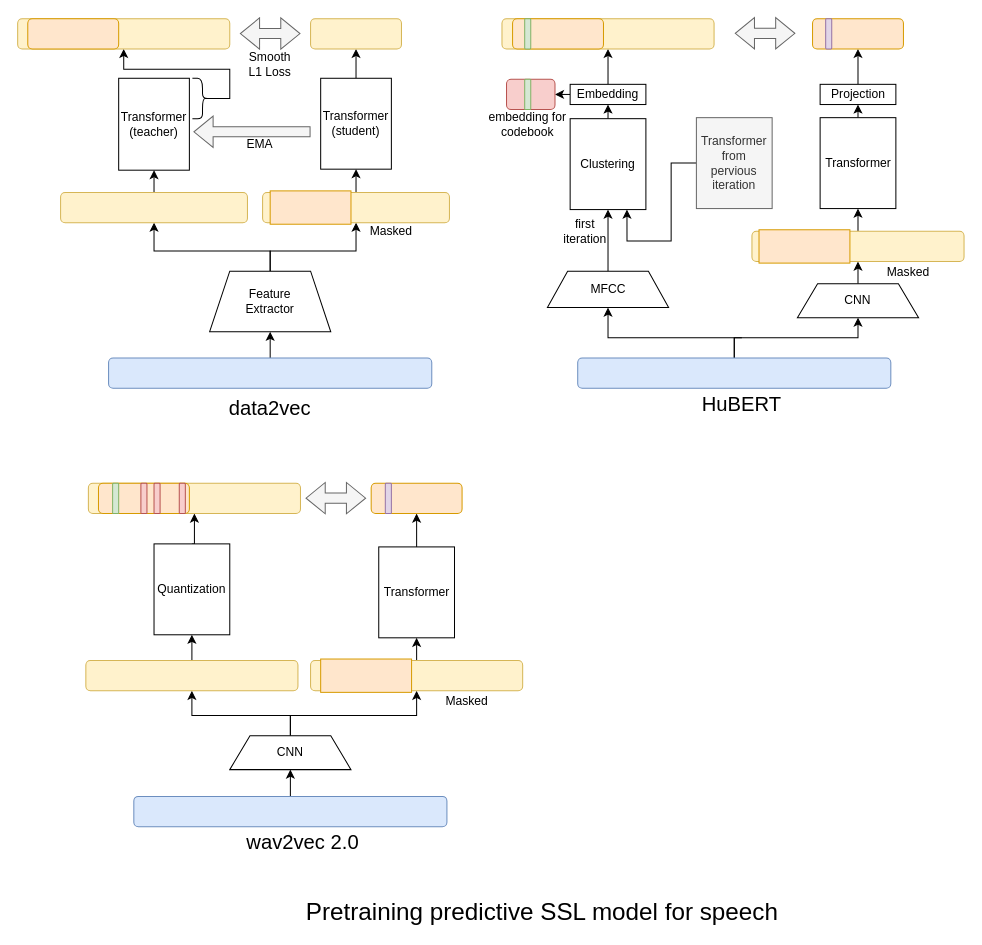
Above: Drafts/data2vec.drawio in xrysamuel/my-drawio (draw.io), before the change. Source tidied: cells renumbered, new cells numbered last; positions are measured from the earlier drawing's top-left corner, leaving out a move shared by most shapes. Both pictures are drawn from the tidied source at 101%, with x=0, y=0 at pixel (17, 18).
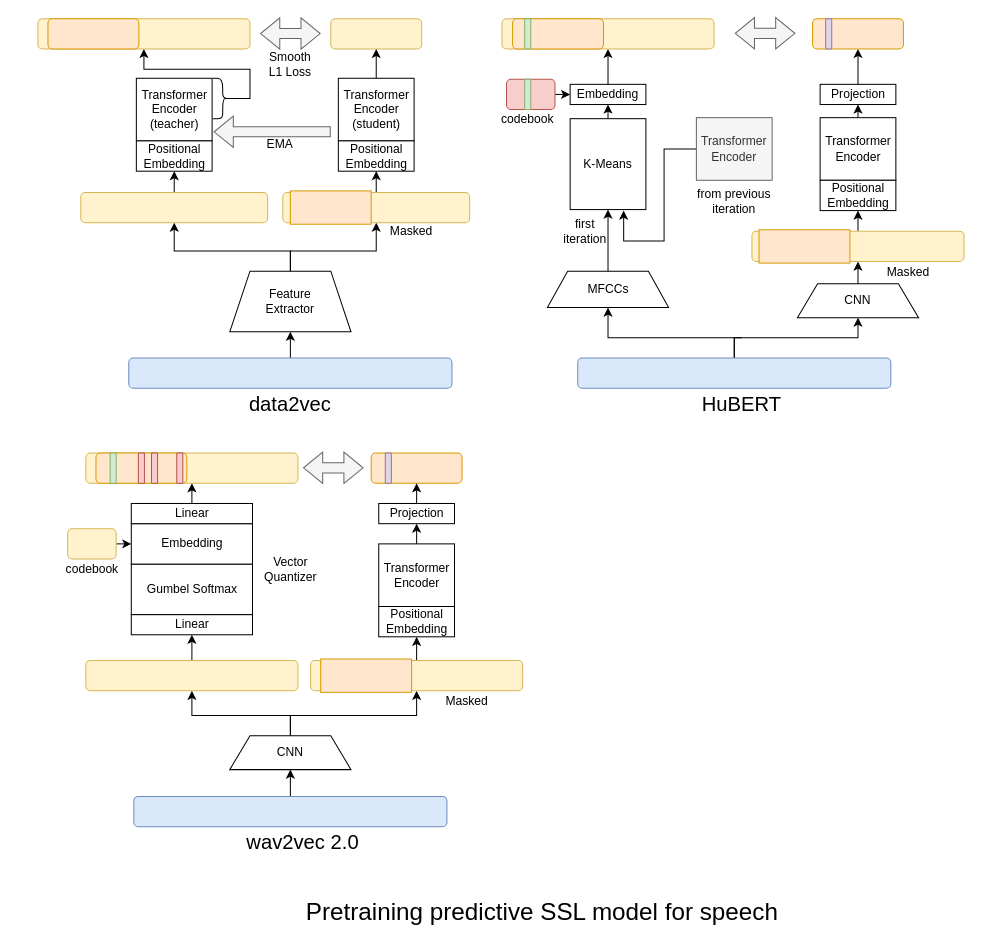
After the change.

Unchanged cells that the change refers to:
```xml
<mxCell id="28" style="rounded=1;whiteSpace=wrap;html=1;fillColor=#fff2cc;strokeColor=#d6b656;" parent="1" vertex="1">
  <mxGeometry x="727" y="210.5" width="210" height="30" as="geometry" />
</mxCell>
<mxCell id="53" style="rounded=1;whiteSpace=wrap;html=1;fillColor=#fff2cc;strokeColor=#d6b656;" parent="1" vertex="1">
  <mxGeometry x="290" y="635.5" width="210" height="30" as="geometry" />
</mxCell>
<mxCell id="63" style="rounded=1;whiteSpace=wrap;html=1;fillColor=#fff2cc;strokeColor=#d6b656;" parent="1" vertex="1">
  <mxGeometry x="67.5" y="635.5" width="210" height="30" as="geometry" />
</mxCell>
<mxCell id="68" value="Embedding" style="rounded=0;whiteSpace=wrap;html=1;" parent="1" vertex="1">
  <mxGeometry x="547" y="65" width="75" height="20" as="geometry" />
</mxCell>
<mxCell id="76" style="rounded=1;whiteSpace=wrap;html=1;fillColor=#f8cecc;strokeColor=#b85450;" parent="1" vertex="1">
  <mxGeometry x="484" y="60" width="48" height="30" as="geometry" />
</mxCell>
```

Diff of the diagram source:
```diff
@@
-    <mxCell id="2" style="edgeStyle=orthogonalEdgeStyle;rounded=0;jettySize=auto;html=1;exitX=0.5;exitY=0;exitDx=0;exitDy=0;entryX=0.5;entryY=1;entryDx=0;entryDy=0;" parent="1" edge="1" source="14" target="6">
+    <mxCell id="2" style="edgeStyle=orthogonalEdgeStyle;rounded=0;jettySize=auto;html=1;exitX=0.5;exitY=0;exitDx=0;exitDy=0;entryX=0.5;entryY=1;entryDx=0;entryDy=0;" parent="1" edge="1" source="14" target="98">
       <mxGeometry relative="1" as="geometry" />
     </mxCell>
     <mxCell id="3" style="edgeStyle=orthogonalEdgeStyle;rounded=0;jettySize=auto;html=1;exitX=0.5;exitY=0;exitDx=0;exitDy=0;entryX=0.5;entryY=1;entryDx=0;entryDy=0;" parent="1" edge="1" source="11" target="14">
       <mxGeometry relative="1" as="geometry">
         <Array as="points">
-          <mxPoint x="250" y="230" />
-          <mxPoint x="335" y="230" />
+          <mxPoint x="270" y="230" />
+          <mxPoint x="355" y="230" />
         </Array>
       </mxGeometry>
     </mxCell>
-    <mxCell id="4" value="Transformer&lt;div&gt;(teacher)&lt;/div&gt;" style="rounded=0;whiteSpace=wrap;html=1;" parent="1" vertex="1">
-      <mxGeometry x="100" y="59" width="70" height="91" as="geometry" />
-    </mxCell>
-    <mxCell id="5" style="edgeStyle=orthogonalEdgeStyle;rounded=0;jettySize=auto;html=1;exitX=0.5;exitY=0;exitDx=0;exitDy=0;entryX=0.5;entryY=1;entryDx=0;entryDy=0;" parent="1" edge="1" source="6" target="16">
-      <mxGeometry relative="1" as="geometry">
-        <Array as="points">
-          <mxPoint x="335" y="40" />
-          <mxPoint x="335" y="40" />
-        </Array>
-      </mxGeometry>
-    </mxCell>
-    <mxCell id="6" value="Transformer&lt;div&gt;(student)&lt;/div&gt;" style="rounded=0;whiteSpace=wrap;html=1;" parent="1" vertex="1">
-      <mxGeometry x="300" y="59" width="70" height="90" as="geometry" />
-    </mxCell>
     <mxCell id="7" style="shape=flexArrow;endArrow=classic;html=1;rounded=0;fillColor=#f5f5f5;strokeColor=#666666;" parent="1" edge="1">
       <mxGeometry relative="1" as="geometry">
-        <mxPoint x="290" y="112" as="sourcePoint" />
-        <mxPoint x="174" y="112" as="targetPoint" />
+        <mxPoint x="310" y="112" as="sourcePoint" />
+        <mxPoint x="194" y="112" as="targetPoint" />
       </mxGeometry>
     </mxCell>
     <mxCell id="8" value="Masked" style="text;html=1;align=center;verticalAlign=middle;whiteSpace=wrap;rounded=0;" parent="1" vertex="1">
-      <mxGeometry x="340" y="196" width="60" height="30" as="geometry" />
+      <mxGeometry x="360" y="196" width="60" height="30" as="geometry" />
     </mxCell>
     <mxCell id="9" style="shape=flexArrow;endArrow=classic;startArrow=classic;html=1;rounded=0;fillColor=#f5f5f5;strokeColor=#666666;entryX=0;entryY=0.5;entryDx=0;entryDy=0;" parent="1" edge="1">
       <mxGeometry relative="1" as="geometry">
-        <mxPoint x="220" y="14.7" as="sourcePoint" />
-        <mxPoint x="280" y="14.7" as="targetPoint" />
+        <mxPoint x="240" y="14.7" as="sourcePoint" />
+        <mxPoint x="300" y="14.7" as="targetPoint" />
       </mxGeometry>
     </mxCell>
     <mxCell id="10" style="edgeStyle=orthogonalEdgeStyle;rounded=0;jettySize=auto;html=1;exitX=0.5;exitY=0;exitDx=0;exitDy=0;entryX=0.5;entryY=1;entryDx=0;entryDy=0;" parent="1" edge="1" source="11" target="61">
       <mxGeometry relative="1" as="geometry">
         <Array as="points">
-          <mxPoint x="250" y="230" />
-          <mxPoint x="135" y="230" />
+          <mxPoint x="270" y="230" />
+          <mxPoint x="155" y="230" />
         </Array>
       </mxGeometry>
     </mxCell>
     <mxCell id="11" value="Feature&lt;div&gt;Extractor&lt;/div&gt;" style="shape=trapezoid;perimeter=trapezoidPerimeter;whiteSpace=wrap;html=1;fixedSize=1;" parent="1" vertex="1">
-      <mxGeometry x="190" y="250" width="120" height="60" as="geometry" />
+      <mxGeometry x="210" y="250" width="120" height="60" as="geometry" />
     </mxCell>
@@
     <mxCell id="13" style="rounded=1;whiteSpace=wrap;html=1;fillColor=#dae8fc;strokeColor=#6c8ebf;" parent="1" vertex="1">
-      <mxGeometry x="90" y="336" width="320" height="30" as="geometry" />
+      <mxGeometry x="110" y="336" width="320" height="30" as="geometry" />
     </mxCell>
     <mxCell id="14" style="rounded=1;whiteSpace=wrap;html=1;fillColor=#fff2cc;strokeColor=#d6b656;" parent="1" vertex="1">
-      <mxGeometry x="242.5" y="172" width="185" height="30" as="geometry" />
+      <mxGeometry x="262.5" y="172" width="185" height="30" as="geometry" />
     </mxCell>
     <mxCell id="15" style="rounded=0;whiteSpace=wrap;html=1;fillColor=#ffe6cc;strokeColor=#d79b00;" parent="1" vertex="1">
-      <mxGeometry x="250" y="170.5" width="80" height="33" as="geometry" />
+      <mxGeometry x="270" y="170.5" width="80" height="33" as="geometry" />
     </mxCell>
     <mxCell id="16" style="rounded=1;whiteSpace=wrap;html=1;fillColor=#fff2cc;strokeColor=#d6b656;" parent="1" vertex="1">
-      <mxGeometry x="290" width="90" height="30" as="geometry" />
+      <mxGeometry x="310" width="90" height="30" as="geometry" />
     </mxCell>
     <mxCell id="17" value="data2vec" style="text;html=1;align=center;verticalAlign=middle;whiteSpace=wrap;rounded=0;fontSize=20;" parent="1" vertex="1">
-      <mxGeometry x="220" y="370" width="60" height="30" as="geometry" />
+      <mxGeometry x="240" y="366" width="60" height="30" as="geometry" />
     </mxCell>
@@
-    <mxCell id="19" value="MFCC" style="shape=trapezoid;perimeter=trapezoidPerimeter;whiteSpace=wrap;html=1;fixedSize=1;" parent="1" vertex="1">
+    <mxCell id="19" value="MFCCs" style="shape=trapezoid;perimeter=trapezoidPerimeter;whiteSpace=wrap;html=1;fixedSize=1;" parent="1" vertex="1">
       <mxGeometry x="524.5" y="250" width="120" height="36" as="geometry" />
     </mxCell>
@@
-    <mxCell id="24" value="Transformer" style="rounded=0;whiteSpace=wrap;html=1;" parent="1" vertex="1">
-      <mxGeometry x="794.5" y="98" width="75" height="90" as="geometry" />
+    <mxCell id="24" value="Transformer&lt;div&gt;Encoder&lt;/div&gt;" style="rounded=0;whiteSpace=wrap;html=1;" parent="1" vertex="1">
+      <mxGeometry x="794.5" y="98" width="75" height="62" as="geometry" />
     </mxCell>
@@
-    <mxCell id="27" style="edgeStyle=orthogonalEdgeStyle;rounded=0;jettySize=auto;html=1;exitX=0.5;exitY=0;exitDx=0;exitDy=0;entryX=0.5;entryY=1;entryDx=0;entryDy=0;" parent="1" edge="1" source="28" target="24">
-      <mxGeometry relative="1" as="geometry" />
-    </mxCell>
+    <mxCell id="85" style="edgeStyle=orthogonalEdgeStyle;rounded=0;jettySize=auto;html=1;exitX=0.5;exitY=0;exitDx=0;exitDy=0;entryX=0.5;entryY=1;entryDx=0;entryDy=0;" parent="1" edge="1" source="28" target="91">
+      <mxGeometry relative="1" as="geometry" />
+    </mxCell>
@@
-    <mxCell id="33" style="edgeStyle=orthogonalEdgeStyle;rounded=0;jettySize=auto;html=1;exitX=0;exitY=0.5;exitDx=0;exitDy=0;entryX=0.75;entryY=1;entryDx=0;entryDy=0;" parent="1" edge="1" source="34" target="40">
-      <mxGeometry relative="1" as="geometry">
-        <Array as="points">
-          <mxPoint x="647" y="143" />
-          <mxPoint x="647" y="220" />
-          <mxPoint x="603" y="220" />
-        </Array>
-      </mxGeometry>
-    </mxCell>
+    <mxCell id="86" style="edgeStyle=orthogonalEdgeStyle;rounded=0;jettySize=auto;html=1;exitX=0;exitY=0.5;exitDx=0;exitDy=0;" parent="1" edge="1" source="34">
+      <mxGeometry relative="1" as="geometry">
+        <mxPoint x="600" y="190" as="targetPoint" />
+        <Array as="points">
+          <mxPoint x="640" y="129" />
+          <mxPoint x="640" y="220" />
+          <mxPoint x="600" y="220" />
+        </Array>
+      </mxGeometry>
+    </mxCell>
-    <mxCell id="34" value="&lt;div&gt;Transformer&lt;/div&gt;&lt;div&gt;from&lt;/div&gt;&lt;div&gt;pervious&lt;/div&gt;&lt;div&gt;iteration&lt;/div&gt;" style="rounded=0;whiteSpace=wrap;html=1;fillColor=#f5f5f5;fontColor=#333333;strokeColor=#666666;" parent="1" vertex="1">
-      <mxGeometry x="672" y="98" width="75" height="90" as="geometry" />
+    <mxCell id="34" value="&lt;div&gt;Transformer&lt;/div&gt;&lt;div&gt;Encoder&lt;/div&gt;" style="rounded=0;whiteSpace=wrap;html=1;fillColor=#f5f5f5;fontColor=#333333;strokeColor=#666666;" parent="1" vertex="1">
+      <mxGeometry x="672" y="98" width="75" height="62" as="geometry" />
     </mxCell>
     <mxCell id="35" value="EMA" style="text;html=1;align=center;verticalAlign=middle;whiteSpace=wrap;rounded=0;" parent="1" vertex="1">
-      <mxGeometry x="210" y="110" width="60" height="30" as="geometry" />
+      <mxGeometry x="230" y="110" width="60" height="30" as="geometry" />
     </mxCell>
     <mxCell id="36" style="edgeStyle=orthogonalEdgeStyle;rounded=0;jettySize=auto;html=1;exitX=0.1;exitY=0.5;exitDx=0;exitDy=0;exitPerimeter=0;entryX=0.5;entryY=1;entryDx=0;entryDy=0;" parent="1" edge="1" source="37" target="69">
       <mxGeometry relative="1" as="geometry">
         <Array as="points">
-          <mxPoint x="210" y="79" />
-          <mxPoint x="210" y="50" />
-          <mxPoint x="105" y="50" />
+          <mxPoint x="230" y="79" />
+          <mxPoint x="230" y="50" />
+          <mxPoint x="125" y="50" />
         </Array>
       </mxGeometry>
     </mxCell>
     <mxCell id="37" style="shape=curlyBracket;whiteSpace=wrap;html=1;rounded=1;flipH=1;labelPosition=right;verticalLabelPosition=middle;align=left;verticalAlign=middle;size=0.5;" parent="1" vertex="1">
-      <mxGeometry x="173" y="59" width="20" height="40" as="geometry" />
+      <mxGeometry x="193" y="59" width="20" height="40" as="geometry" />
     </mxCell>
     <mxCell id="38" value="&lt;div&gt;&lt;span style=&quot;background-color: initial;&quot;&gt;Smooth L1 Loss&lt;/span&gt;&lt;/div&gt;" style="text;html=1;align=center;verticalAlign=middle;whiteSpace=wrap;rounded=0;" parent="1" vertex="1">
-      <mxGeometry x="220" y="30" width="60" height="30" as="geometry" />
+      <mxGeometry x="240" y="30" width="60" height="30" as="geometry" />
     </mxCell>
@@
-    <mxCell id="40" value="Clustering" style="rounded=0;whiteSpace=wrap;html=1;" parent="1" vertex="1">
+    <mxCell id="40" value="K-Means" style="rounded=0;whiteSpace=wrap;html=1;" parent="1" vertex="1">
       <mxGeometry x="547" y="99" width="75" height="90" as="geometry" />
     </mxCell>
@@
-    <mxCell id="48" style="edgeStyle=orthogonalEdgeStyle;rounded=0;jettySize=auto;html=1;exitX=0.5;exitY=0;exitDx=0;exitDy=0;entryX=0.5;entryY=1;entryDx=0;entryDy=0;" parent="1" edge="1" source="49" target="58">
-      <mxGeometry relative="1" as="geometry" />
+    <mxCell id="48" style="edgeStyle=orthogonalEdgeStyle;rounded=0;jettySize=auto;html=1;exitX=0.5;exitY=0;exitDx=0;exitDy=0;entryX=0.5;entryY=1;entryDx=0;entryDy=0;" parent="1" edge="1" target="58">
+      <mxGeometry relative="1" as="geometry">
+        <mxPoint x="172.5" y="480" as="sourcePoint" />
+      </mxGeometry>
     </mxCell>
-    <mxCell id="49" value="Quantization" style="rounded=0;whiteSpace=wrap;html=1;" parent="1" vertex="1">
-      <mxGeometry x="135" y="520" width="75" height="90" as="geometry" />
-    </mxCell>
-    <mxCell id="50" style="edgeStyle=orthogonalEdgeStyle;rounded=0;jettySize=auto;html=1;exitX=0.5;exitY=0;exitDx=0;exitDy=0;entryX=0.5;entryY=1;entryDx=0;entryDy=0;" parent="1" edge="1" source="51" target="57">
-      <mxGeometry relative="1" as="geometry" />
-    </mxCell>
-    <mxCell id="51" value="Transformer" style="rounded=0;whiteSpace=wrap;html=1;" parent="1" vertex="1">
-      <mxGeometry x="357.5" y="523" width="75" height="90" as="geometry" />
-    </mxCell>
-    <mxCell id="52" style="edgeStyle=orthogonalEdgeStyle;rounded=0;jettySize=auto;html=1;exitX=0.5;exitY=0;exitDx=0;exitDy=0;entryX=0.5;entryY=1;entryDx=0;entryDy=0;" parent="1" edge="1" source="53" target="51">
-      <mxGeometry relative="1" as="geometry" />
-    </mxCell>
+    <mxCell id="87" style="edgeStyle=orthogonalEdgeStyle;rounded=0;jettySize=auto;html=1;exitX=0.5;exitY=0;exitDx=0;exitDy=0;entryX=0.5;entryY=1;entryDx=0;entryDy=0;" parent="1" edge="1" source="53" target="94">
+      <mxGeometry relative="1" as="geometry" />
+    </mxCell>
@@
     <mxCell id="57" style="rounded=1;whiteSpace=wrap;html=1;fillColor=#ffe6cc;strokeColor=#d79b00;" parent="1" vertex="1">
-      <mxGeometry x="350" y="460" width="90" height="30" as="geometry" />
+      <mxGeometry x="350" y="430" width="90" height="30" as="geometry" />
     </mxCell>
     <mxCell id="58" style="rounded=1;whiteSpace=wrap;html=1;fillColor=#fff2cc;strokeColor=#d6b656;" parent="1" vertex="1">
-      <mxGeometry x="70" y="460" width="210" height="30" as="geometry" />
+      <mxGeometry x="67.5" y="430" width="210" height="30" as="geometry" />
     </mxCell>
     <mxCell id="59" style="shape=flexArrow;endArrow=classic;startArrow=classic;html=1;rounded=0;fillColor=#f5f5f5;strokeColor=#666666;entryX=0;entryY=0.5;entryDx=0;entryDy=0;" parent="1" edge="1">
       <mxGeometry relative="1" as="geometry">
-        <mxPoint x="285" y="474.7" as="sourcePoint" />
-        <mxPoint x="345" y="474.7" as="targetPoint" />
+        <mxPoint x="282.5" y="444.7" as="sourcePoint" />
+        <mxPoint x="342.5" y="444.7" as="targetPoint" />
       </mxGeometry>
     </mxCell>
-    <mxCell id="60" style="edgeStyle=orthogonalEdgeStyle;rounded=0;jettySize=auto;html=1;exitX=0.5;exitY=0;exitDx=0;exitDy=0;entryX=0.5;entryY=1;entryDx=0;entryDy=0;" parent="1" edge="1" source="61" target="4">
+    <mxCell id="60" style="edgeStyle=orthogonalEdgeStyle;rounded=0;jettySize=auto;html=1;exitX=0.5;exitY=0;exitDx=0;exitDy=0;entryX=0.5;entryY=1;entryDx=0;entryDy=0;" parent="1" edge="1" source="61" target="100">
       <mxGeometry relative="1" as="geometry" />
     </mxCell>
     <mxCell id="61" style="rounded=1;whiteSpace=wrap;html=1;fillColor=#fff2cc;strokeColor=#d6b656;" parent="1" vertex="1">
-      <mxGeometry x="42.5" y="172" width="185" height="30" as="geometry" />
+      <mxGeometry x="62.5" y="172" width="185" height="30" as="geometry" />
     </mxCell>
-    <mxCell id="62" style="edgeStyle=orthogonalEdgeStyle;rounded=0;jettySize=auto;html=1;exitX=0.5;exitY=0;exitDx=0;exitDy=0;entryX=0.5;entryY=1;entryDx=0;entryDy=0;" parent="1" edge="1" source="63" target="49">
-      <mxGeometry relative="1" as="geometry" />
+    <mxCell id="62" style="edgeStyle=orthogonalEdgeStyle;rounded=0;jettySize=auto;html=1;exitX=0.5;exitY=0;exitDx=0;exitDy=0;entryX=0.5;entryY=1;entryDx=0;entryDy=0;" parent="1" edge="1" source="63">
+      <mxGeometry relative="1" as="geometry">
+        <mxPoint x="172.5" y="610" as="targetPoint" />
+      </mxGeometry>
     </mxCell>
@@
-    <mxCell id="67" style="edgeStyle=orthogonalEdgeStyle;rounded=0;jettySize=auto;html=1;exitX=0;exitY=0.5;exitDx=0;exitDy=0;entryX=1;entryY=0.5;entryDx=0;entryDy=0;" parent="1" edge="1" source="68" target="76">
-      <mxGeometry relative="1" as="geometry" />
-    </mxCell>
@@
     <mxCell id="69" style="rounded=1;whiteSpace=wrap;html=1;fillColor=#fff2cc;strokeColor=#d6b656;" parent="1" vertex="1">
-      <mxGeometry width="210" height="30" as="geometry" />
+      <mxGeometry x="20" width="210" height="30" as="geometry" />
     </mxCell>
@@
     <mxCell id="71" style="rounded=1;whiteSpace=wrap;html=1;fillStyle=auto;fillColor=#ffe6cc;strokeColor=#d79b00;" parent="1" vertex="1">
-      <mxGeometry x="10" width="90" height="30" as="geometry" />
+      <mxGeometry x="30" width="90" height="30" as="geometry" />
     </mxCell>
@@
     <mxCell id="73" style="rounded=1;whiteSpace=wrap;html=1;fillColor=#ffe6cc;strokeColor=#d79b00;fillStyle=auto;" parent="1" vertex="1">
-      <mxGeometry x="80" y="460" width="90" height="30" as="geometry" />
+      <mxGeometry x="77.5" y="430" width="90" height="30" as="geometry" />
     </mxCell>
@@
+    <mxCell id="88" style="edgeStyle=orthogonalEdgeStyle;rounded=0;jettySize=auto;html=1;exitX=1;exitY=0.5;exitDx=0;exitDy=0;entryX=0;entryY=0.5;entryDx=0;entryDy=0;" parent="1" edge="1" source="76" target="68">
+      <mxGeometry relative="1" as="geometry" />
+    </mxCell>
@@
     <mxCell id="78" style="rounded=1;whiteSpace=wrap;html=1;fillColor=#e1d5e7;strokeColor=#9673a6;fontStyle=1;" parent="1" vertex="1">
-      <mxGeometry x="364" y="460" width="6" height="30" as="geometry" />
+      <mxGeometry x="364" y="430" width="6" height="30" as="geometry" />
     </mxCell>
     <mxCell id="79" style="rounded=1;whiteSpace=wrap;html=1;fillColor=#d5e8d4;strokeColor=#82b366;fontStyle=1;" parent="1" vertex="1">
-      <mxGeometry x="94" y="460" width="6" height="30" as="geometry" />
+      <mxGeometry x="91.5" y="430" width="6" height="30" as="geometry" />
     </mxCell>
     <mxCell id="80" style="rounded=1;whiteSpace=wrap;html=1;fillColor=#f8cecc;strokeColor=#b85450;fontStyle=1;" parent="1" vertex="1">
-      <mxGeometry x="122" y="460" width="6" height="30" as="geometry" />
+      <mxGeometry x="119.5" y="430" width="6" height="30" as="geometry" />
     </mxCell>
     <mxCell id="81" style="rounded=1;whiteSpace=wrap;html=1;fillColor=#f8cecc;strokeColor=#b85450;fontStyle=1;" parent="1" vertex="1">
-      <mxGeometry x="135" y="460" width="6" height="30" as="geometry" />
+      <mxGeometry x="132.5" y="430" width="6" height="30" as="geometry" />
     </mxCell>
     <mxCell id="82" style="rounded=1;whiteSpace=wrap;html=1;fillColor=#f8cecc;strokeColor=#b85450;fontStyle=1;" parent="1" vertex="1">
-      <mxGeometry x="160" y="460" width="6" height="30" as="geometry" />
+      <mxGeometry x="157.5" y="430" width="6" height="30" as="geometry" />
     </mxCell>
-    <mxCell id="83" value="embedding for codebook" style="text;html=1;align=center;verticalAlign=middle;whiteSpace=wrap;rounded=0;" parent="1" vertex="1">
-      <mxGeometry x="465" y="90" width="80" height="30" as="geometry" />
+    <mxCell id="83" value="codebook" style="text;html=1;align=center;verticalAlign=middle;whiteSpace=wrap;rounded=0;" parent="1" vertex="1">
+      <mxGeometry x="465" y="85" width="80" height="30" as="geometry" />
     </mxCell>
@@
+    <mxCell id="89" style="edgeStyle=orthogonalEdgeStyle;rounded=0;jettySize=auto;html=1;exitX=0.5;exitY=0;exitDx=0;exitDy=0;entryX=0.5;entryY=1;entryDx=0;entryDy=0;" parent="1" edge="1" source="90" target="57">
+      <mxGeometry relative="1" as="geometry" />
+    </mxCell>
+    <mxCell id="90" value="Projection" style="rounded=0;whiteSpace=wrap;html=1;" parent="1" vertex="1">
+      <mxGeometry x="357.5" y="480" width="75" height="20" as="geometry" />
+    </mxCell>
+    <mxCell id="91" value="Positional&lt;div&gt;Embedding&lt;/div&gt;" style="rounded=0;whiteSpace=wrap;html=1;" parent="1" vertex="1">
+      <mxGeometry x="794.5" y="160" width="75" height="30" as="geometry" />
+    </mxCell>
+    <mxCell id="92" style="edgeStyle=orthogonalEdgeStyle;rounded=0;jettySize=auto;html=1;exitX=0.5;exitY=0;exitDx=0;exitDy=0;entryX=0.5;entryY=1;entryDx=0;entryDy=0;" parent="1" edge="1" source="93" target="90">
+      <mxGeometry relative="1" as="geometry" />
+    </mxCell>
+    <mxCell id="93" value="Transformer&lt;div&gt;Encoder&lt;/div&gt;" style="rounded=0;whiteSpace=wrap;html=1;" parent="1" vertex="1">
+      <mxGeometry x="357.5" y="520" width="75" height="62" as="geometry" />
+    </mxCell>
+    <mxCell id="94" value="Positional&lt;div&gt;Embedding&lt;/div&gt;" style="rounded=0;whiteSpace=wrap;html=1;" parent="1" vertex="1">
+      <mxGeometry x="357.5" y="582" width="75" height="30" as="geometry" />
+    </mxCell>
+    <mxCell id="95" value="&lt;div&gt;from previous iteration&lt;/div&gt;" style="text;html=1;align=center;verticalAlign=middle;whiteSpace=wrap;rounded=0;" parent="1" vertex="1">
+      <mxGeometry x="659.2" y="166" width="100.5" height="30" as="geometry" />
+    </mxCell>
+    <mxCell id="96" style="edgeStyle=orthogonalEdgeStyle;rounded=0;jettySize=auto;html=1;exitX=0.5;exitY=0;exitDx=0;exitDy=0;entryX=0.5;entryY=1;entryDx=0;entryDy=0;" parent="1" edge="1" source="97" target="16">
+      <mxGeometry relative="1" as="geometry" />
+    </mxCell>
+    <mxCell id="97" value="Transformer&lt;div&gt;Encoder&lt;/div&gt;&lt;div&gt;(student)&lt;/div&gt;" style="rounded=0;whiteSpace=wrap;html=1;" parent="1" vertex="1">
+      <mxGeometry x="317.5" y="59" width="75" height="62" as="geometry" />
+    </mxCell>
+    <mxCell id="98" value="Positional&lt;div&gt;Embedding&lt;/div&gt;" style="rounded=0;whiteSpace=wrap;html=1;" parent="1" vertex="1">
+      <mxGeometry x="317.5" y="121" width="75" height="30" as="geometry" />
+    </mxCell>
+    <mxCell id="99" value="Transformer&lt;div&gt;Encoder&lt;/div&gt;&lt;div&gt;(teacher)&lt;/div&gt;" style="rounded=0;whiteSpace=wrap;html=1;" parent="1" vertex="1">
+      <mxGeometry x="117.5" y="59" width="75" height="62" as="geometry" />
+    </mxCell>
+    <mxCell id="100" value="Positional&lt;div&gt;Embedding&lt;/div&gt;" style="rounded=0;whiteSpace=wrap;html=1;" parent="1" vertex="1">
+      <mxGeometry x="117.5" y="121" width="75" height="30" as="geometry" />
+    </mxCell>
+    <mxCell id="101" value="Linear" style="rounded=0;whiteSpace=wrap;html=1;" parent="1" vertex="1">
+      <mxGeometry x="112.5" y="590" width="120" height="20" as="geometry" />
+    </mxCell>
+    <mxCell id="102" value="Gumbel Softmax" style="rounded=0;whiteSpace=wrap;html=1;" parent="1" vertex="1">
+      <mxGeometry x="112.5" y="540" width="120" height="50" as="geometry" />
+    </mxCell>
+    <mxCell id="103" value="Embedding" style="rounded=0;whiteSpace=wrap;html=1;" parent="1" vertex="1">
+      <mxGeometry x="112.5" y="500" width="120" height="40" as="geometry" />
+    </mxCell>
+    <mxCell id="104" value="Linear" style="rounded=0;whiteSpace=wrap;html=1;" parent="1" vertex="1">
+      <mxGeometry x="112.5" y="480" width="120" height="20" as="geometry" />
+    </mxCell>
+    <mxCell id="105" value="Vector&lt;div&gt;Quantizer&lt;/div&gt;" style="text;html=1;align=center;verticalAlign=middle;whiteSpace=wrap;rounded=0;" parent="1" vertex="1">
+      <mxGeometry x="219.8" y="530" width="100.5" height="30" as="geometry" />
+    </mxCell>
+    <mxCell id="106" value="codebook" style="text;html=1;align=center;verticalAlign=middle;whiteSpace=wrap;rounded=0;" parent="1" vertex="1">
+      <mxGeometry x="33.5" y="530" width="80" height="30" as="geometry" />
+    </mxCell>
+    <mxCell id="107" style="edgeStyle=orthogonalEdgeStyle;rounded=0;jettySize=auto;html=1;exitX=1;exitY=0.5;exitDx=0;exitDy=0;entryX=0;entryY=0.5;entryDx=0;entryDy=0;" parent="1" edge="1" source="108" target="103">
+      <mxGeometry relative="1" as="geometry" />
+    </mxCell>
+    <mxCell id="108" style="rounded=1;whiteSpace=wrap;html=1;fillColor=#fff2cc;strokeColor=#d6b656;" parent="1" vertex="1">
+      <mxGeometry x="49.5" y="505" width="48" height="30" as="geometry" />
+    </mxCell>
```
